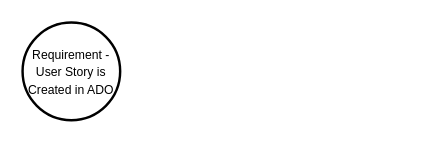
Earlier version of the draw.io diagram processautomation.drawio (surajnaik90/Architectures-Designs). Source tidied: cells renumbered, new cells numbered last; positions are measured from the earlier drawing's top-left corner, leaving out a move shared by most shapes. Both pictures are drawn from the tidied source at 122%, with x=0, y=0 at pixel (22, 22).
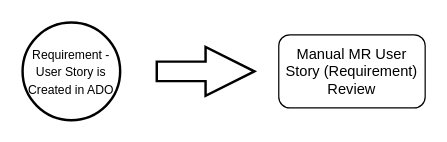
The same page after the edit.

The edit, as a diff of the source:
```diff
@@
 <mxGraphModel>
   <root>
     <mxCell id="0" />
     <mxCell id="1" parent="0" />
     <mxCell id="2" value="&lt;font style=&quot;font-size: 10px;&quot;&gt;Requirement - User Story is Created in ADO&lt;/font&gt;" style="strokeWidth=2;html=1;shape=mxgraph.flowchart.start_2;whiteSpace=wrap;" parent="1" vertex="1">
       <mxGeometry width="80" height="80" as="geometry" />
     </mxCell>
+    <mxCell id="3" style="verticalLabelPosition=bottom;verticalAlign=top;html=1;strokeWidth=2;shape=mxgraph.arrows2.arrow;dy=0.6;dx=40;notch=0;" parent="1" vertex="1">
+      <mxGeometry x="110" y="20" width="80" height="40" as="geometry" />
+    </mxCell>
+    <mxCell id="4" value="Manual MR User Story (Requirement) Review" style="rounded=1;whiteSpace=wrap;html=1;" parent="1" vertex="1">
+      <mxGeometry x="210" y="10" width="120" height="60" as="geometry" />
+    </mxCell>
   </root>
 </mxGraphModel>
```
